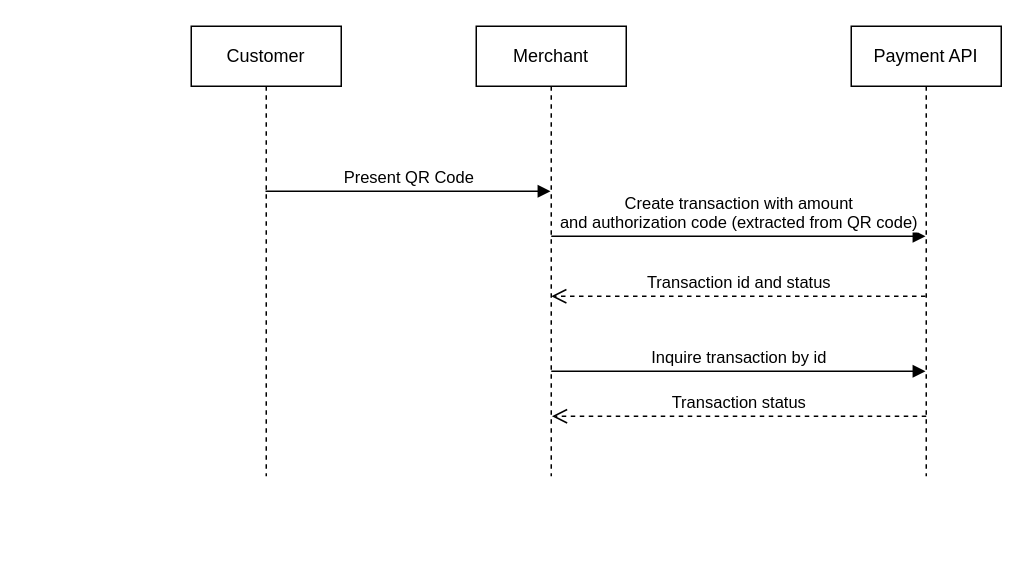
Earlier version of the draw.io diagram Payment Service.drawio (whalebig27/change-request-process-diagram). Source tidied: cells renumbered, new cells numbered last; positions are measured from the earlier drawing's top-left corner, leaving out a move shared by most shapes. Both pictures are drawn from the tidied source at 150%, with x=0, y=0 at pixel (190, 26).
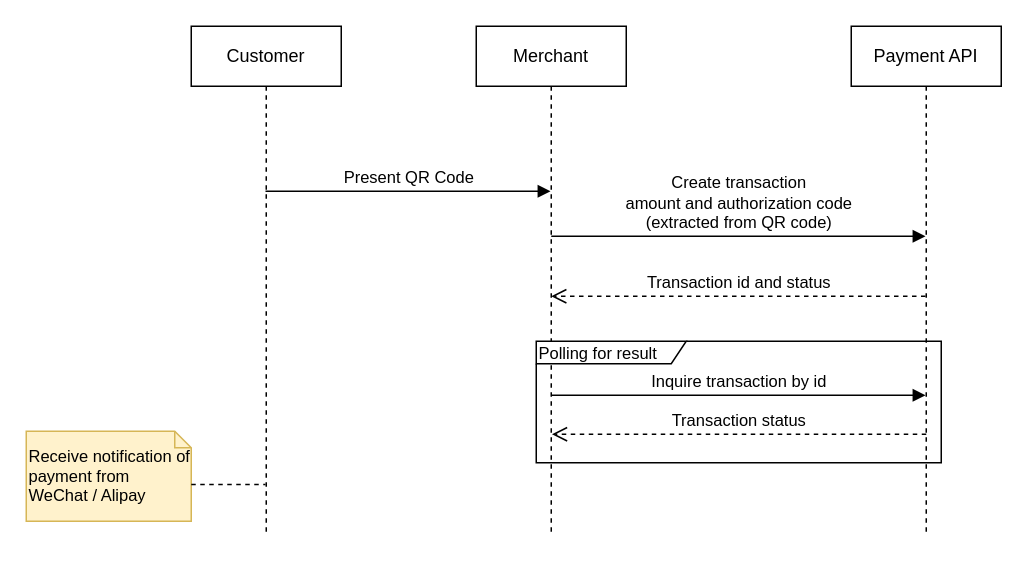
Above is the later version.

Diff of the diagram source:
```diff
@@
 <mxGraphModel>
   <root>
     <mxCell id="0" />
     <mxCell id="1" parent="0" />
     <mxCell id="2" value="Customer" style="shape=umlLifeline;perimeter=lifelinePerimeter;whiteSpace=wrap;html=1;outlineConnect=0;" parent="1" vertex="1">
-      <mxGeometry width="100" height="300" as="geometry" />
+      <mxGeometry width="100" height="340" as="geometry" />
     </mxCell>
     <mxCell id="3" value="Merchant" style="shape=umlLifeline;perimeter=lifelinePerimeter;whiteSpace=wrap;html=1;outlineConnect=0;" parent="1" vertex="1">
-      <mxGeometry x="190" width="100" height="300" as="geometry" />
+      <mxGeometry x="190" width="100" height="340" as="geometry" />
     </mxCell>
     <mxCell id="4" value="Payment API" style="shape=umlLifeline;perimeter=lifelinePerimeter;whiteSpace=wrap;html=1;outlineConnect=0;" parent="1" vertex="1">
-      <mxGeometry x="440" width="100" height="300" as="geometry" />
+      <mxGeometry x="440" width="100" height="340" as="geometry" />
     </mxCell>
     <mxCell id="5" value="Present QR Code" style="html=1;verticalAlign=bottom;endArrow=block;" parent="1" edge="1" source="2" target="3">
       <mxGeometry relative="1" as="geometry">
         <Array as="points">
           <mxPoint x="120" y="110" />
         </Array>
       </mxGeometry>
     </mxCell>
-    <mxCell id="6" value="Create transaction with amount &lt;br&gt;and authorization code (extracted from QR code)&lt;br&gt;" style="html=1;verticalAlign=bottom;endArrow=block;" parent="1" edge="1" target="4">
+    <mxCell id="6" value="Create transaction&lt;br&gt;amount&amp;nbsp;and authorization code &lt;br&gt;(extracted from QR code)&lt;br&gt;" style="html=1;verticalAlign=bottom;endArrow=block;" parent="1" edge="1" target="4">
       <mxGeometry relative="1" as="geometry">
         <mxPoint x="240" y="140" as="sourcePoint" />
         <Array as="points">
           <mxPoint x="240" y="140" />
         </Array>
       </mxGeometry>
     </mxCell>
     <mxCell id="7" value="Transaction id and status" style="html=1;verticalAlign=bottom;endArrow=open;dashed=1;endSize=8;" parent="1" edge="1" source="4">
       <mxGeometry relative="1" as="geometry">
         <mxPoint x="240" y="180" as="targetPoint" />
       </mxGeometry>
     </mxCell>
     <mxCell id="8" value="Inquire transaction by id&lt;br&gt;" style="html=1;verticalAlign=bottom;endArrow=block;" parent="1" edge="1">
       <mxGeometry relative="1" as="geometry">
-        <mxPoint x="240" y="230" as="sourcePoint" />
-        <mxPoint x="489.5" y="230" as="targetPoint" />
+        <mxPoint x="240" y="246" as="sourcePoint" />
+        <mxPoint x="489.5" y="246" as="targetPoint" />
         <Array as="points">
-          <mxPoint x="240" y="230" />
+          <mxPoint x="240" y="246" />
         </Array>
       </mxGeometry>
     </mxCell>
     <mxCell id="9" value="Transaction status" style="html=1;verticalAlign=bottom;endArrow=open;dashed=1;endSize=8;" parent="1" edge="1">
       <mxGeometry relative="1" as="geometry">
-        <mxPoint x="490" y="260" as="sourcePoint" />
-        <mxPoint x="240.5" y="260" as="targetPoint" />
+        <mxPoint x="490" y="272" as="sourcePoint" />
+        <mxPoint x="240.5" y="272" as="targetPoint" />
       </mxGeometry>
     </mxCell>
+    <mxCell id="10" value="Polling for result" style="shape=umlFrame;whiteSpace=wrap;html=1;width=100;height=15;fontSize=11;align=left;" parent="1" vertex="1">
+      <mxGeometry x="230" y="210" width="270" height="81" as="geometry" />
+    </mxCell>
+    <mxCell id="11" value="Receive notification of payment from WeChat / Alipay" style="shape=note;whiteSpace=wrap;html=1;size=11;verticalAlign=top;align=left;spacingTop=4;fontSize=11;fillColor=#fff2cc;strokeColor=#d6b656;" parent="1" vertex="1">
+      <mxGeometry x="-110" y="270" width="110" height="60" as="geometry" />
+    </mxCell>
+    <mxCell id="12" style="endArrow=none;dashed=1;html=1;fontSize=11;exitX=0;exitY=0;exitDx=110;exitDy=35.5;exitPerimeter=0;" parent="1" edge="1" source="11" target="2">
+      <mxGeometry relative="1" as="geometry" />
+    </mxCell>
   </root>
 </mxGraphModel>
```
